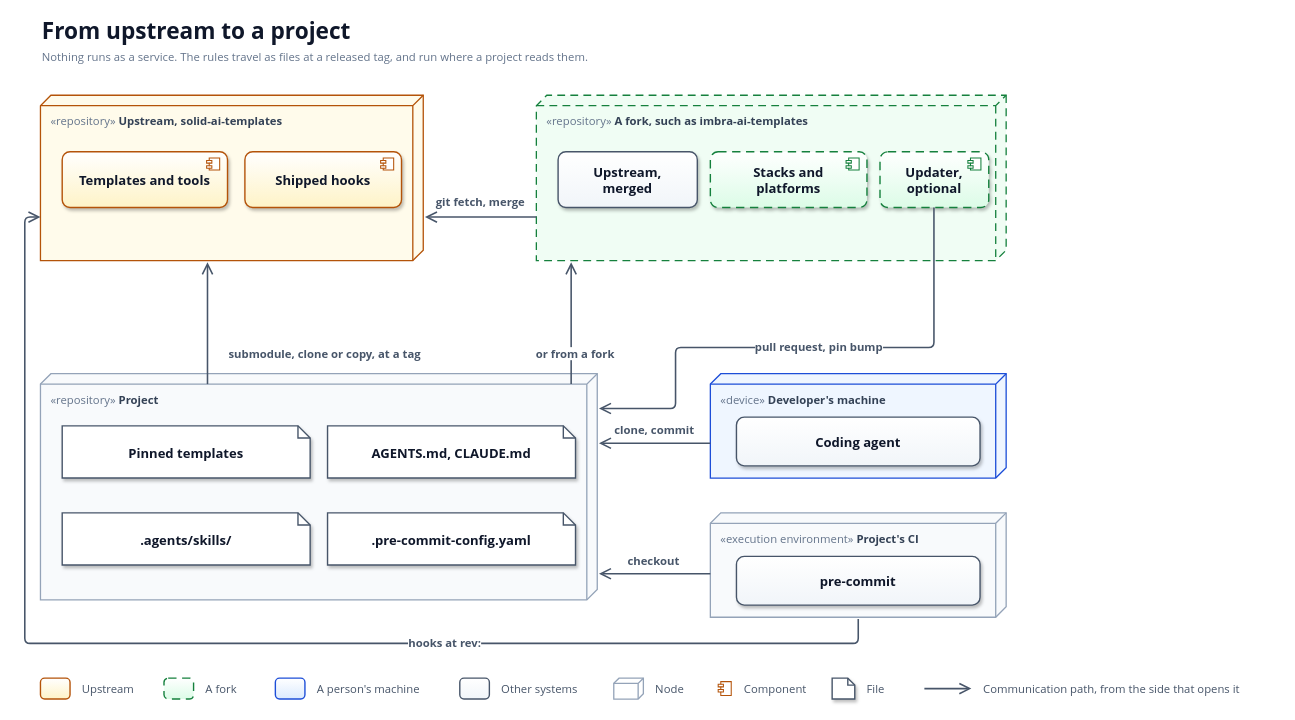
This is docs/diagrams/deployment-distribution.drawio from solid-ai-dev/solid-ai-templates, a draw.io file, before an edit. Source tidied: cells renumbered, new cells numbered last; positions are measured from the earlier drawing's top-left corner, leaving out a move shared by most shapes. Both pictures are drawn from the tidied source at 87%, with x=0, y=0 at pixel (24, 15).
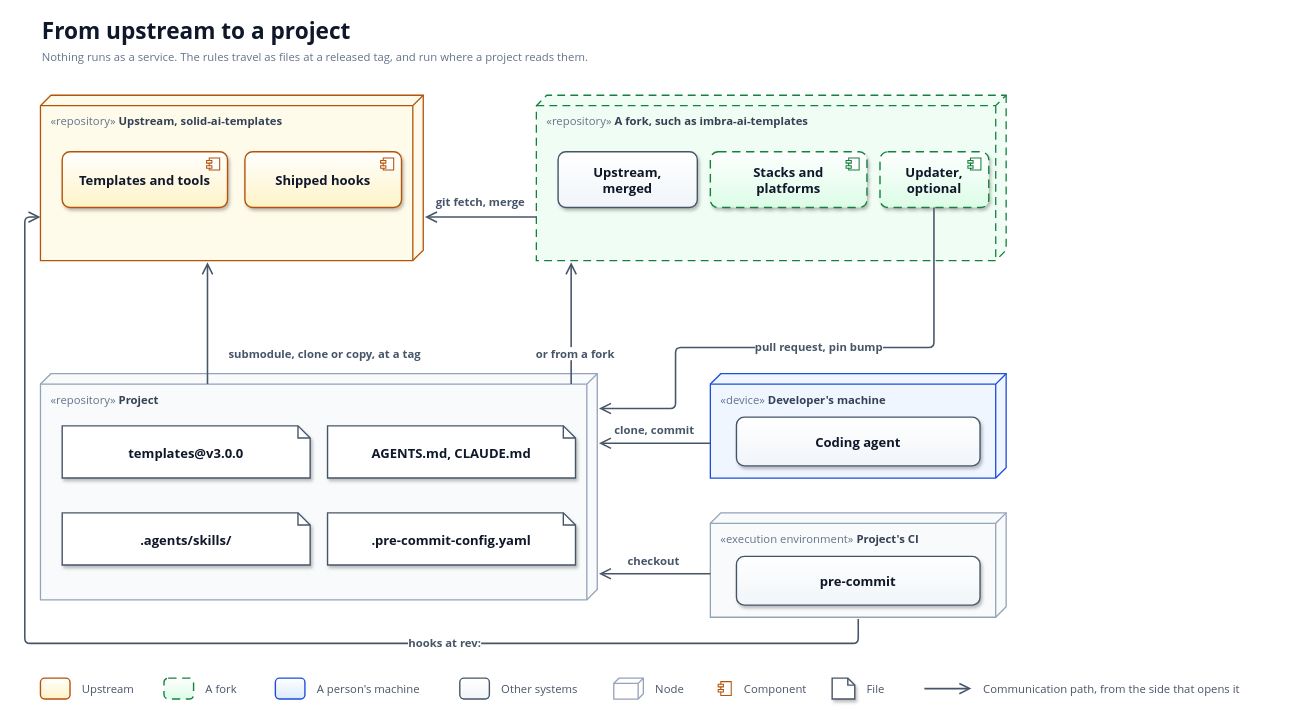
The same page after the edit.

Commit message (it also covers changes not shown here):
docs(architecture): label the pinned templates templates@v3.0.0 in chapter 7's diagram (#2410)

Claude-Session: https://claude.ai/code/session_01DpT5xSVK2FLNdArtRtNjLH

What changed in the source:
```diff
@@
-    <mxCell id="16" value="Pinned templates" style="shape=note;size=14;whiteSpace=wrap;html=1;fillColor=#FFFFFF;strokeColor=#475569;strokeWidth=1.6;shadow=1;align=center;verticalAlign=middle;fontFamily=Segoe UI;fontSize=15;fontStyle=1;fontColor=#0F172A;spacingLeft=10;spacingRight=10;" parent="1" vertex="1">
+    <mxCell id="16" value="templates@v3.0.0" style="shape=note;size=14;whiteSpace=wrap;html=1;fillColor=#FFFFFF;strokeColor=#475569;strokeWidth=1.6;shadow=1;align=center;verticalAlign=middle;fontFamily=Segoe UI;fontSize=15;fontStyle=1;fontColor=#0F172A;spacingLeft=10;spacingRight=10;" parent="1" vertex="1">
       <mxGeometry x="43" y="472" width="285" height="60" as="geometry" />
     </mxCell>
```
